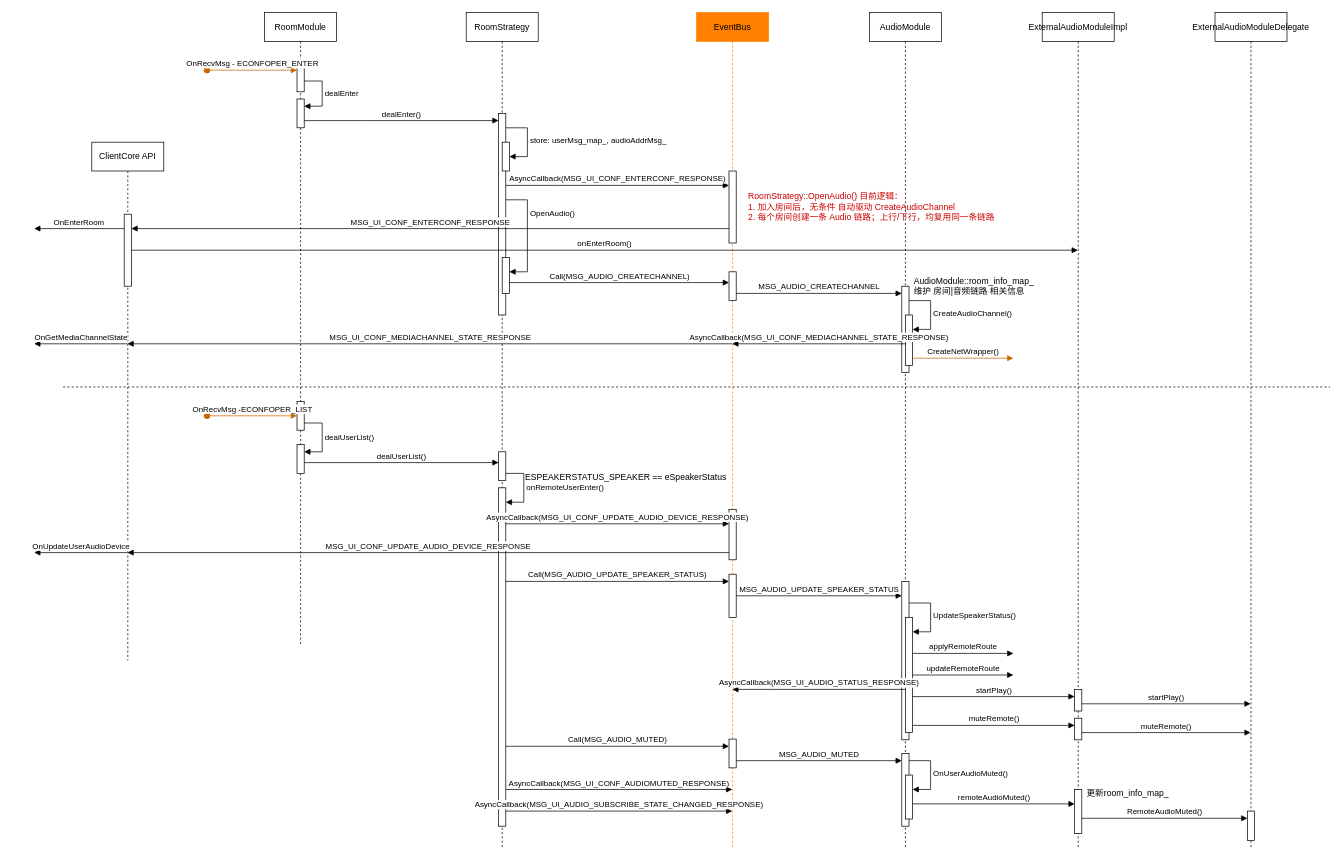
Earlier version of the draw.io diagram audio-channel.drawio (cnnop007/arch-docs). Source tidied: cells renumbered, new cells numbered last; positions are measured from the earlier drawing's top-left corner, leaving out a move shared by most shapes. Both pictures are drawn from the tidied source at 72%, with x=0, y=0 at pixel (34, 12).
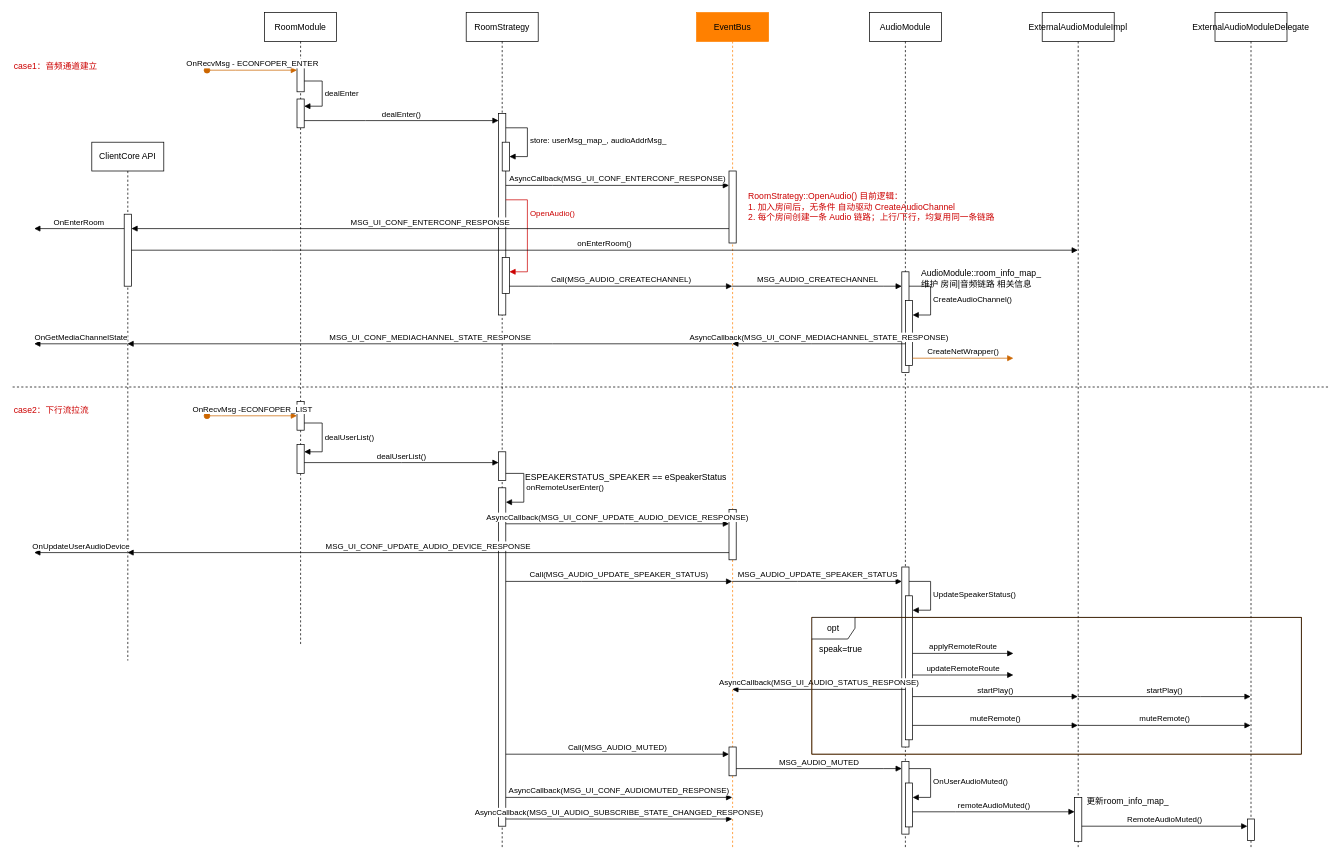
The same page after the edit.

Unchanged cells that the change refers to:
```xml
<mxCell id="10" value="RoomStrategy" style="shape=umlLifeline;perimeter=lifelinePerimeter;whiteSpace=wrap;html=1;newEdgeStyle={&quot;edgeStyle&quot;:&quot;elbowEdgeStyle&quot;,&quot;elbow&quot;:&quot;vertical&quot;,&quot;curved&quot;:0,&quot;rounded&quot;:0};" parent="1" vertex="1">
  <mxGeometry x="600" width="100" height="1160" as="geometry" />
</mxCell>
<mxCell id="11" style="html=1;points=[];perimeter=orthogonalPerimeter;outlineConnect=0;targetShapes=umlLifeline;portConstraint=eastwest;newEdgeStyle={&quot;edgeStyle&quot;:&quot;elbowEdgeStyle&quot;,&quot;elbow&quot;:&quot;vertical&quot;,&quot;curved&quot;:0,&quot;rounded&quot;:0};" parent="10" vertex="1">
  <mxGeometry x="45" y="140" width="10" height="280" as="geometry" />
</mxCell>
<mxCell id="14" style="html=1;points=[];perimeter=orthogonalPerimeter;outlineConnect=0;targetShapes=umlLifeline;portConstraint=eastwest;newEdgeStyle={&quot;edgeStyle&quot;:&quot;elbowEdgeStyle&quot;,&quot;elbow&quot;:&quot;vertical&quot;,&quot;curved&quot;:0,&quot;rounded&quot;:0};" parent="10" vertex="1">
  <mxGeometry x="50" y="340" width="10" height="50" as="geometry" />
</mxCell>
<mxCell id="17" style="html=1;points=[];perimeter=orthogonalPerimeter;outlineConnect=0;targetShapes=umlLifeline;portConstraint=eastwest;newEdgeStyle={&quot;edgeStyle&quot;:&quot;elbowEdgeStyle&quot;,&quot;elbow&quot;:&quot;vertical&quot;,&quot;curved&quot;:0,&quot;rounded&quot;:0};" parent="10" vertex="1">
  <mxGeometry x="45" y="660" width="10" height="470" as="geometry" />
</mxCell>
<mxCell id="20" value="EventBus" style="shape=umlLifeline;perimeter=lifelinePerimeter;whiteSpace=wrap;html=1;outlineConnect=0;portConstraint=eastwest;newEdgeStyle={&quot;edgeStyle&quot;:&quot;elbowEdgeStyle&quot;,&quot;elbow&quot;:&quot;vertical&quot;,&quot;curved&quot;:0,&quot;rounded&quot;:0};strokeColor=#FF8000;fillColor=#FF8000;fontColor=#000000;" parent="1" vertex="1">
  <mxGeometry x="920" width="100" height="1160" as="geometry" />
</mxCell>
<mxCell id="27" value="ExternalAudioModuleImpl" style="shape=umlLifeline;perimeter=lifelinePerimeter;whiteSpace=wrap;html=1;outlineConnect=0;portConstraint=eastwest;newEdgeStyle={&quot;edgeStyle&quot;:&quot;elbowEdgeStyle&quot;,&quot;elbow&quot;:&quot;vertical&quot;,&quot;curved&quot;:0,&quot;rounded&quot;:0};" parent="1" vertex="1">
  <mxGeometry x="1400" width="100" height="1160" as="geometry" />
</mxCell>
<mxCell id="37" value="AudioModule" style="shape=umlLifeline;perimeter=lifelinePerimeter;whiteSpace=wrap;html=1;newEdgeStyle={&quot;edgeStyle&quot;:&quot;elbowEdgeStyle&quot;,&quot;elbow&quot;:&quot;vertical&quot;,&quot;curved&quot;:0,&quot;rounded&quot;:0};" parent="1" vertex="1">
  <mxGeometry x="1160" width="100" height="1160" as="geometry" />
</mxCell>
<mxCell id="67" value="ExternalAudioModuleDelegate" style="shape=umlLifeline;perimeter=lifelinePerimeter;whiteSpace=wrap;html=1;outlineConnect=0;portConstraint=eastwest;newEdgeStyle={&quot;edgeStyle&quot;:&quot;elbowEdgeStyle&quot;,&quot;elbow&quot;:&quot;vertical&quot;,&quot;curved&quot;:0,&quot;rounded&quot;:0};" parent="1" vertex="1">
  <mxGeometry x="1640" width="100" height="1160" as="geometry" />
</mxCell>
```

The edit, as a diff of the source:
```diff
@@
-    <mxCell id="15" value="OpenAudio()" style="html=1;align=left;spacingLeft=2;endArrow=block;rounded=0;edgeStyle=orthogonalEdgeStyle;curved=0;rounded=0;" parent="10" edge="1" source="11" target="14">
+    <mxCell id="15" value="OpenAudio()" style="html=1;align=left;spacingLeft=2;endArrow=block;rounded=0;edgeStyle=orthogonalEdgeStyle;curved=0;rounded=0;strokeColor=#CC0000;fontColor=#CC0000;" parent="10" edge="1" source="11" target="14">
       <mxGeometry x="-0.35" relative="1" as="geometry">
         <Array as="points">
           <mxPoint x="85" y="260" />
           <mxPoint x="85" y="360" />
         </Array>
         <mxPoint y="-1" as="offset" />
       </mxGeometry>
     </mxCell>
@@
-    <mxCell id="22" style="html=1;points=[];perimeter=orthogonalPerimeter;outlineConnect=0;targetShapes=umlLifeline;portConstraint=eastwest;newEdgeStyle={&quot;edgeStyle&quot;:&quot;elbowEdgeStyle&quot;,&quot;elbow&quot;:&quot;vertical&quot;,&quot;curved&quot;:0,&quot;rounded&quot;:0};" parent="20" vertex="1">
-      <mxGeometry x="45" y="360" width="10" height="40" as="geometry" />
-    </mxCell>
@@
-    <mxCell id="24" style="html=1;points=[];perimeter=orthogonalPerimeter;outlineConnect=0;targetShapes=umlLifeline;portConstraint=eastwest;newEdgeStyle={&quot;edgeStyle&quot;:&quot;elbowEdgeStyle&quot;,&quot;elbow&quot;:&quot;vertical&quot;,&quot;curved&quot;:0,&quot;rounded&quot;:0};" parent="20" vertex="1">
-      <mxGeometry x="45" y="780" width="10" height="60" as="geometry" />
-    </mxCell>
     <mxCell id="25" style="html=1;points=[];perimeter=orthogonalPerimeter;outlineConnect=0;targetShapes=umlLifeline;portConstraint=eastwest;newEdgeStyle={&quot;edgeStyle&quot;:&quot;elbowEdgeStyle&quot;,&quot;elbow&quot;:&quot;vertical&quot;,&quot;curved&quot;:0,&quot;rounded&quot;:0};" parent="20" vertex="1">
-      <mxGeometry x="45" y="1009" width="10" height="40" as="geometry" />
+      <mxGeometry x="45" y="1020" width="10" height="40" as="geometry" />
     </mxCell>
@@
     <mxCell id="28" style="html=1;points=[];perimeter=orthogonalPerimeter;outlineConnect=0;targetShapes=umlLifeline;portConstraint=eastwest;newEdgeStyle={&quot;edgeStyle&quot;:&quot;elbowEdgeStyle&quot;,&quot;elbow&quot;:&quot;vertical&quot;,&quot;curved&quot;:0,&quot;rounded&quot;:0};" parent="27" vertex="1">
-      <mxGeometry x="45" y="1079" width="10" height="61" as="geometry" />
+      <mxGeometry x="45" y="1090" width="10" height="61" as="geometry" />
     </mxCell>
-    <mxCell id="29" style="html=1;points=[];perimeter=orthogonalPerimeter;outlineConnect=0;targetShapes=umlLifeline;portConstraint=eastwest;newEdgeStyle={&quot;edgeStyle&quot;:&quot;elbowEdgeStyle&quot;,&quot;elbow&quot;:&quot;vertical&quot;,&quot;curved&quot;:0,&quot;rounded&quot;:0};" parent="27" vertex="1">
-      <mxGeometry x="45" y="940" width="10" height="30" as="geometry" />
-    </mxCell>
-    <mxCell id="30" style="html=1;points=[];perimeter=orthogonalPerimeter;outlineConnect=0;targetShapes=umlLifeline;portConstraint=eastwest;newEdgeStyle={&quot;edgeStyle&quot;:&quot;elbowEdgeStyle&quot;,&quot;elbow&quot;:&quot;vertical&quot;,&quot;curved&quot;:0,&quot;rounded&quot;:0};" parent="27" vertex="1">
-      <mxGeometry x="45" y="980" width="10" height="30" as="geometry" />
-    </mxCell>
@@
-    <mxCell id="36" value="Call(MSG_AUDIO_CREATECHANNEL)" style="html=1;verticalAlign=bottom;endArrow=block;edgeStyle=elbowEdgeStyle;elbow=vertical;curved=0;rounded=0;" parent="1" edge="1" source="14" target="22">
-      <mxGeometry relative="1" as="geometry" />
+    <mxCell id="36" value="Call(MSG_AUDIO_CREATECHANNEL)" style="html=1;verticalAlign=bottom;endArrow=block;edgeStyle=elbowEdgeStyle;elbow=vertical;curved=0;rounded=0;" parent="1" edge="1" source="14" target="20">
+      <mxGeometry relative="1" as="geometry">
+        <Array as="points">
+          <mxPoint x="700" y="380" />
+        </Array>
+      </mxGeometry>
     </mxCell>
@@
     <mxCell id="38" style="html=1;points=[];perimeter=orthogonalPerimeter;outlineConnect=0;targetShapes=umlLifeline;portConstraint=eastwest;newEdgeStyle={&quot;edgeStyle&quot;:&quot;elbowEdgeStyle&quot;,&quot;elbow&quot;:&quot;vertical&quot;,&quot;curved&quot;:0,&quot;rounded&quot;:0};" parent="37" vertex="1">
-      <mxGeometry x="45" y="380" width="10" height="120" as="geometry" />
+      <mxGeometry x="45" y="360" width="10" height="140" as="geometry" />
     </mxCell>
     <mxCell id="39" style="html=1;points=[];perimeter=orthogonalPerimeter;outlineConnect=0;targetShapes=umlLifeline;portConstraint=eastwest;newEdgeStyle={&quot;edgeStyle&quot;:&quot;elbowEdgeStyle&quot;,&quot;elbow&quot;:&quot;vertical&quot;,&quot;curved&quot;:0,&quot;rounded&quot;:0};" parent="37" vertex="1">
-      <mxGeometry x="50" y="420" width="10" height="70" as="geometry" />
+      <mxGeometry x="50" y="400" width="10" height="90" as="geometry" />
     </mxCell>
     <mxCell id="40" value="CreateAudioChannel()" style="html=1;align=left;spacingLeft=2;endArrow=block;rounded=0;edgeStyle=orthogonalEdgeStyle;curved=0;rounded=0;" parent="37" edge="1" source="38" target="39">
       <mxGeometry relative="1" as="geometry">
         <Array as="points">
-          <mxPoint x="85" y="400" />
-          <mxPoint x="85" y="440" />
+          <mxPoint x="85" y="380" />
+          <mxPoint x="85" y="420" />
         </Array>
       </mxGeometry>
     </mxCell>
     <mxCell id="41" style="html=1;points=[];perimeter=orthogonalPerimeter;outlineConnect=0;targetShapes=umlLifeline;portConstraint=eastwest;newEdgeStyle={&quot;edgeStyle&quot;:&quot;elbowEdgeStyle&quot;,&quot;elbow&quot;:&quot;vertical&quot;,&quot;curved&quot;:0,&quot;rounded&quot;:0};" parent="37" vertex="1">
-      <mxGeometry x="45" y="790" width="10" height="220" as="geometry" />
+      <mxGeometry x="45" y="770" width="10" height="250" as="geometry" />
     </mxCell>
     <mxCell id="42" style="html=1;points=[];perimeter=orthogonalPerimeter;outlineConnect=0;targetShapes=umlLifeline;portConstraint=eastwest;newEdgeStyle={&quot;edgeStyle&quot;:&quot;elbowEdgeStyle&quot;,&quot;elbow&quot;:&quot;vertical&quot;,&quot;curved&quot;:0,&quot;rounded&quot;:0};" parent="37" vertex="1">
-      <mxGeometry x="50" y="840" width="10" height="160" as="geometry" />
+      <mxGeometry x="50" y="810" width="10" height="200" as="geometry" />
     </mxCell>
-    <mxCell id="43" value="UpdateSpeakerStatus()" style="html=1;align=left;spacingLeft=2;endArrow=block;rounded=0;edgeStyle=orthogonalEdgeStyle;curved=0;rounded=0;" parent="37" edge="1" target="42">
+    <mxCell id="43" value="UpdateSpeakerStatus()" style="html=1;align=left;spacingLeft=2;endArrow=block;rounded=0;edgeStyle=orthogonalEdgeStyle;curved=0;rounded=0;" parent="37" edge="1" source="41" target="42">
       <mxGeometry relative="1" as="geometry">
-        <mxPoint x="55" y="820" as="sourcePoint" />
         <Array as="points">
-          <mxPoint x="85" y="820" />
-          <mxPoint x="85" y="860" />
+          <mxPoint x="85" y="790" />
+          <mxPoint x="85" y="830" />
         </Array>
       </mxGeometry>
     </mxCell>
     <mxCell id="44" style="html=1;points=[];perimeter=orthogonalPerimeter;outlineConnect=0;targetShapes=umlLifeline;portConstraint=eastwest;newEdgeStyle={&quot;edgeStyle&quot;:&quot;elbowEdgeStyle&quot;,&quot;elbow&quot;:&quot;vertical&quot;,&quot;curved&quot;:0,&quot;rounded&quot;:0};" parent="37" vertex="1">
-      <mxGeometry x="45" y="1029" width="10" height="101" as="geometry" />
+      <mxGeometry x="45" y="1040" width="10" height="101" as="geometry" />
     </mxCell>
     <mxCell id="45" style="html=1;points=[];perimeter=orthogonalPerimeter;outlineConnect=0;targetShapes=umlLifeline;portConstraint=eastwest;newEdgeStyle={&quot;edgeStyle&quot;:&quot;elbowEdgeStyle&quot;,&quot;elbow&quot;:&quot;vertical&quot;,&quot;curved&quot;:0,&quot;rounded&quot;:0};" parent="37" vertex="1">
-      <mxGeometry x="50" y="1059" width="10" height="61" as="geometry" />
+      <mxGeometry x="50" y="1070" width="10" height="61" as="geometry" />
     </mxCell>
     <mxCell id="46" value="OnUserAudioMuted()" style="html=1;align=left;spacingLeft=2;endArrow=block;rounded=0;edgeStyle=orthogonalEdgeStyle;curved=0;rounded=0;" parent="37" edge="1" source="44" target="45">
       <mxGeometry relative="1" as="geometry">
         <Array as="points">
-          <mxPoint x="85" y="1039" />
-          <mxPoint x="85" y="1079" />
+          <mxPoint x="85" y="1050" />
+          <mxPoint x="85" y="1090" />
         </Array>
       </mxGeometry>
     </mxCell>
-    <mxCell id="47" value="MSG_AUDIO_CREATECHANNEL" style="html=1;verticalAlign=bottom;endArrow=block;edgeStyle=elbowEdgeStyle;elbow=vertical;curved=0;rounded=0;" parent="1" edge="1" source="22" target="38">
+    <mxCell id="47" value="MSG_AUDIO_CREATECHANNEL" style="html=1;verticalAlign=bottom;endArrow=block;edgeStyle=elbowEdgeStyle;elbow=vertical;curved=0;rounded=0;" parent="1" edge="1" source="20" target="38">
       <mxGeometry relative="1" as="geometry">
         <Array as="points">
+          <mxPoint x="1180" y="380" />
           <mxPoint x="1020" y="390" />
         </Array>
       </mxGeometry>
     </mxCell>
@@
     <mxCell id="53" value="AudioModule::room_info_map_&lt;br&gt;维护 房间|音频链路 相关信息" style="text;html=1;align=left;verticalAlign=middle;strokeColor=none;fillColor=none;" parent="1" vertex="1">
-      <mxGeometry x="1220" y="360" width="190" height="40" as="geometry" />
+      <mxGeometry x="1230" y="350" width="190" height="40" as="geometry" />
     </mxCell>
     <mxCell id="54" style="endArrow=none;dashed=1;html=1;rounded=0;" parent="1" edge="1">
       <mxGeometry relative="1" as="geometry">
-        <mxPoint x="40" y="520" as="sourcePoint" />
+        <mxPoint x="-30" y="520" as="sourcePoint" />
         <mxPoint x="1800" y="520" as="targetPoint" />
       </mxGeometry>
     </mxCell>
@@
-    <mxCell id="61" value="Call(MSG_AUDIO_UPDATE_SPEAKER_STATUS)" style="html=1;verticalAlign=bottom;endArrow=block;edgeStyle=elbowEdgeStyle;elbow=vertical;curved=0;rounded=0;" parent="1" edge="1" source="17" target="24">
+    <mxCell id="61" value="Call(MSG_AUDIO_UPDATE_SPEAKER_STATUS)" style="html=1;verticalAlign=bottom;endArrow=block;edgeStyle=elbowEdgeStyle;elbow=vertical;curved=0;rounded=0;" parent="1" edge="1" source="17" target="20">
       <mxGeometry relative="1" as="geometry">
         <Array as="points">
           <mxPoint x="760" y="790" />
           <mxPoint x="900" y="840" />
         </Array>
       </mxGeometry>
     </mxCell>
-    <mxCell id="62" value="MSG_AUDIO_UPDATE_SPEAKER_STATUS" style="html=1;verticalAlign=bottom;endArrow=block;edgeStyle=elbowEdgeStyle;elbow=vertical;curved=0;rounded=0;" parent="1" edge="1" source="24" target="41">
+    <mxCell id="62" value="MSG_AUDIO_UPDATE_SPEAKER_STATUS" style="html=1;verticalAlign=bottom;endArrow=block;edgeStyle=elbowEdgeStyle;elbow=vertical;curved=0;rounded=0;" parent="1" edge="1" source="20" target="41">
       <mxGeometry relative="1" as="geometry">
         <Array as="points">
+          <mxPoint x="1060" y="790" />
           <mxPoint x="1050" y="810" />
           <mxPoint x="1060" y="860" />
         </Array>
       </mxGeometry>
     </mxCell>
     <mxCell id="63" value="Call(MSG_AUDIO_MUTED)" style="html=1;verticalAlign=bottom;endArrow=block;edgeStyle=elbowEdgeStyle;elbow=vertical;curved=0;rounded=0;" parent="1" edge="1" target="25">
       <mxGeometry relative="1" as="geometry">
-        <mxPoint x="655" y="1019" as="sourcePoint" />
+        <mxPoint x="655" y="1030" as="sourcePoint" />
         <Array as="points">
-          <mxPoint x="890" y="1019" />
-          <mxPoint x="930" y="999" />
-          <mxPoint x="900" y="979" />
-          <mxPoint x="920" y="969" />
-          <mxPoint x="900" y="959" />
-          <mxPoint x="830" y="939" />
+          <mxPoint x="890" y="1030" />
+          <mxPoint x="930" y="1010" />
+          <mxPoint x="900" y="990" />
+          <mxPoint x="920" y="980" />
+          <mxPoint x="900" y="970" />
+          <mxPoint x="830" y="950" />
         </Array>
       </mxGeometry>
     </mxCell>
     <mxCell id="64" value="MSG_AUDIO_MUTED" style="html=1;verticalAlign=bottom;endArrow=block;edgeStyle=elbowEdgeStyle;elbow=vertical;curved=0;rounded=0;" parent="1" edge="1" target="44">
       <mxGeometry relative="1" as="geometry">
-        <mxPoint x="975" y="1039" as="sourcePoint" />
+        <mxPoint x="975" y="1050" as="sourcePoint" />
         <Array as="points">
-          <mxPoint x="1180" y="1039" />
+          <mxPoint x="1180" y="1050" />
         </Array>
       </mxGeometry>
     </mxCell>
     <mxCell id="65" value="更新room_info_map_" style="text;html=1;align=left;verticalAlign=middle;strokeColor=none;fillColor=none;" parent="1" vertex="1">
-      <mxGeometry x="1460" y="1069" width="140" height="30" as="geometry" />
+      <mxGeometry x="1460" y="1080" width="140" height="30" as="geometry" />
     </mxCell>
     <mxCell id="66" value="remoteAudioMuted()" style="html=1;verticalAlign=bottom;endArrow=block;edgeStyle=elbowEdgeStyle;elbow=vertical;curved=0;rounded=0;" parent="1" edge="1" source="45" target="28">
       <mxGeometry relative="1" as="geometry">
         <Array as="points">
-          <mxPoint x="1280" y="1099" />
+          <mxPoint x="1280" y="1110" />
         </Array>
       </mxGeometry>
     </mxCell>
@@
     <mxCell id="68" style="html=1;points=[];perimeter=orthogonalPerimeter;outlineConnect=0;targetShapes=umlLifeline;portConstraint=eastwest;newEdgeStyle={&quot;edgeStyle&quot;:&quot;elbowEdgeStyle&quot;,&quot;elbow&quot;:&quot;vertical&quot;,&quot;curved&quot;:0,&quot;rounded&quot;:0};" parent="67" vertex="1">
-      <mxGeometry x="45" y="1109" width="10" height="41" as="geometry" />
+      <mxGeometry x="45" y="1120" width="10" height="30" as="geometry" />
     </mxCell>
     <mxCell id="69" value="RemoteAudioMuted()" style="html=1;verticalAlign=bottom;endArrow=block;edgeStyle=elbowEdgeStyle;elbow=vertical;curved=0;rounded=0;" parent="1" edge="1" source="28" target="68">
       <mxGeometry relative="1" as="geometry">
         <Array as="points">
-          <mxPoint x="1540" y="1119" />
+          <mxPoint x="1540" y="1130" />
         </Array>
       </mxGeometry>
     </mxCell>
     <mxCell id="70" value="AsyncCallback(MSG_UI_CONF_AUDIOMUTED_RESPONSE)" style="html=1;verticalAlign=bottom;endArrow=block;edgeStyle=elbowEdgeStyle;elbow=vertical;curved=0;rounded=0;" parent="1" edge="1">
       <mxGeometry relative="1" as="geometry">
-        <mxPoint x="655" y="1079" as="sourcePoint" />
-        <mxPoint x="969.5" y="1079" as="targetPoint" />
+        <mxPoint x="655" y="1090" as="sourcePoint" />
+        <mxPoint x="969.5" y="1090" as="targetPoint" />
         <Array as="points">
-          <mxPoint x="840" y="1079" />
-          <mxPoint x="730" y="1109" />
+          <mxPoint x="840" y="1090" />
+          <mxPoint x="730" y="1120" />
         </Array>
       </mxGeometry>
     </mxCell>
     <mxCell id="71" value="AsyncCallback(MSG_UI_AUDIO_SUBSCRIBE_STATE_CHANGED_RESPONSE)" style="html=1;verticalAlign=bottom;endArrow=block;edgeStyle=elbowEdgeStyle;elbow=vertical;curved=0;rounded=0;" parent="1" edge="1">
       <mxGeometry relative="1" as="geometry">
-        <mxPoint x="655" y="1109" as="sourcePoint" />
-        <mxPoint x="969.5" y="1109" as="targetPoint" />
+        <mxPoint x="655" y="1120" as="sourcePoint" />
+        <mxPoint x="969.5" y="1120" as="targetPoint" />
         <Array as="points">
-          <mxPoint x="720" y="1109" />
+          <mxPoint x="720" y="1120" />
         </Array>
       </mxGeometry>
     </mxCell>
@@
-    <mxCell id="75" value="startPlay()" style="html=1;verticalAlign=bottom;endArrow=block;edgeStyle=elbowEdgeStyle;elbow=vertical;curved=0;rounded=0;" parent="1" edge="1" source="42" target="29">
+    <mxCell id="75" value="startPlay()" style="html=1;verticalAlign=bottom;endArrow=block;edgeStyle=elbowEdgeStyle;elbow=vertical;curved=0;rounded=0;" parent="1" edge="1" source="42" target="27">
       <mxGeometry relative="1" as="geometry">
         <Array as="points">
           <mxPoint x="1290" y="950" />
         </Array>
       </mxGeometry>
     </mxCell>
-    <mxCell id="76" value="muteRemote()" style="html=1;verticalAlign=bottom;endArrow=block;edgeStyle=elbowEdgeStyle;elbow=vertical;curved=0;rounded=0;" parent="1" edge="1" source="42" target="30">
+    <mxCell id="76" value="muteRemote()" style="html=1;verticalAlign=bottom;endArrow=block;edgeStyle=elbowEdgeStyle;elbow=vertical;curved=0;rounded=0;" parent="1" edge="1" source="42" target="27">
       <mxGeometry relative="1" as="geometry">
         <Array as="points">
           <mxPoint x="1290" y="990" />
         </Array>
       </mxGeometry>
     </mxCell>
-    <mxCell id="77" value="startPlay()" style="html=1;verticalAlign=bottom;endArrow=block;edgeStyle=elbowEdgeStyle;elbow=vertical;curved=0;rounded=0;" parent="1" edge="1" source="29" target="67">
+    <mxCell id="77" value="startPlay()" style="html=1;verticalAlign=bottom;endArrow=block;edgeStyle=elbowEdgeStyle;elbow=vertical;curved=0;rounded=0;" parent="1" edge="1" source="27" target="67">
       <mxGeometry relative="1" as="geometry">
         <Array as="points">
+          <mxPoint x="1620" y="950" />
+          <mxPoint x="1610" y="870" />
           <mxPoint x="1500" y="960" />
         </Array>
       </mxGeometry>
     </mxCell>
-    <mxCell id="78" value="muteRemote()" style="html=1;verticalAlign=bottom;endArrow=block;edgeStyle=elbowEdgeStyle;elbow=vertical;curved=0;rounded=0;" parent="1" edge="1" source="30" target="67">
+    <mxCell id="78" value="muteRemote()" style="html=1;verticalAlign=bottom;endArrow=block;edgeStyle=elbowEdgeStyle;elbow=vertical;curved=0;rounded=0;" parent="1" edge="1" source="27" target="67">
       <mxGeometry relative="1" as="geometry">
         <Array as="points">
+          <mxPoint x="1600" y="990" />
+          <mxPoint x="1510" y="830" />
           <mxPoint x="1480" y="1000" />
         </Array>
       </mxGeometry>
     </mxCell>
+    <mxCell id="79" style="group;strokeColor=#CC6600;" parent="1" vertex="1">
+      <mxGeometry x="1080" y="840" width="680" height="190" as="geometry" />
+    </mxCell>
+    <mxCell id="80" value="opt" style="shape=umlFrame;whiteSpace=wrap;html=1;" parent="79" vertex="1">
+      <mxGeometry width="680" height="190" as="geometry" />
+    </mxCell>
+    <mxCell id="81" value="speak=true" style="text;html=1;align=center;verticalAlign=middle;strokeColor=none;fillColor=none;" parent="79" vertex="1">
+      <mxGeometry y="30" width="80" height="30" as="geometry" />
+    </mxCell>
+    <mxCell id="82" value="case1：音频通道建立" style="text;html=1;align=left;verticalAlign=middle;strokeColor=none;fillColor=none;fontColor=#CC0000;" parent="1" vertex="1">
+      <mxGeometry x="-30" y="60" width="140" height="30" as="geometry" />
+    </mxCell>
+    <mxCell id="83" value="case2：下行流拉流" style="text;html=1;align=left;verticalAlign=middle;strokeColor=none;fillColor=none;fontColor=#CC0000;" parent="1" vertex="1">
+      <mxGeometry x="-30" y="538" width="130" height="30" as="geometry" />
+    </mxCell>
```
